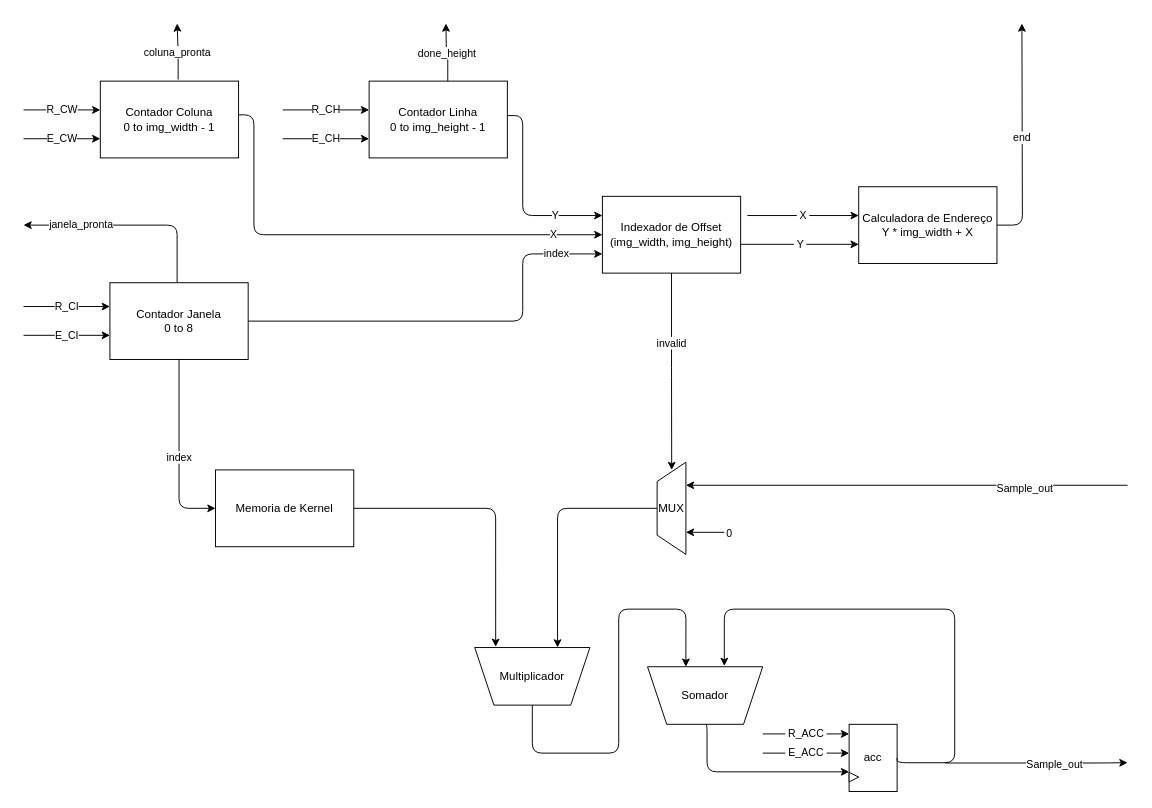
This is diagrams/datapath.drawio from matheushpmoreira/convolution_module, a draw.io file, before an edit. Source tidied: cells renumbered, new cells numbered last; positions are measured from the earlier drawing's top-left corner, leaving out a move shared by most shapes. Both pictures are drawn from the tidied source at 96%, with x=0, y=0 at pixel (23, 23).
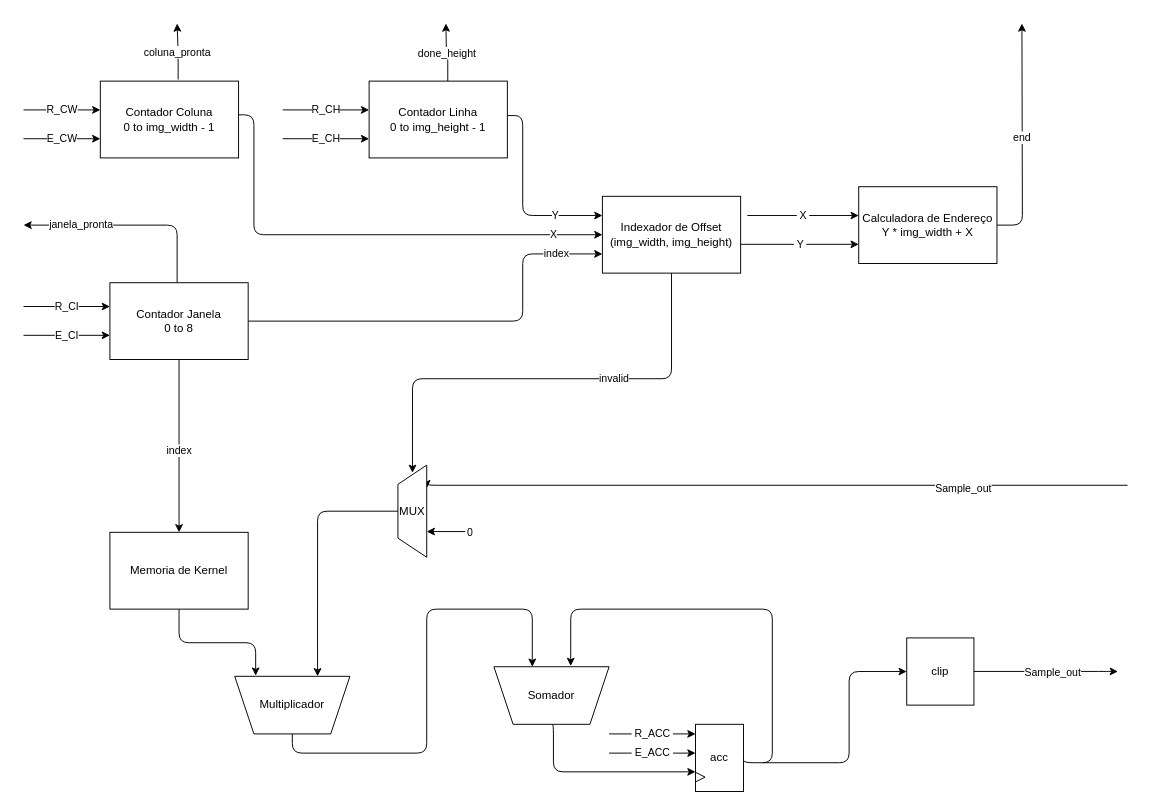
After the change.

Commit message:
adicionar modulo de clip no datapath

Unchanged cells that the change refers to:
```xml
<mxCell id="5" value="Indexador de Offset&lt;br&gt;&lt;div&gt;(img_width, img_height)&lt;/div&gt;" style="rounded=0;whiteSpace=wrap;html=1;" parent="1" vertex="1">
  <mxGeometry x="603" y="180" width="144" height="80" as="geometry" />
</mxCell>
<mxCell id="13" value="Contador Janela&lt;br&gt;&lt;div&gt;0 to 8&lt;/div&gt;" style="rounded=0;whiteSpace=wrap;html=1;" parent="1" vertex="1">
  <mxGeometry x="90" y="270" width="144" height="80" as="geometry" />
</mxCell>
<mxCell id="19" value="acc" style="rounded=0;whiteSpace=wrap;html=1;" parent="18" vertex="1">
  <mxGeometry width="50" height="70" as="geometry" />
</mxCell>
```

Diff of the diagram source:
```diff
@@
     <mxCell id="4" value="invalid" style="edgeStyle=orthogonalEdgeStyle;html=1;entryX=0.916;entryY=0.506;entryDx=0;entryDy=0;entryPerimeter=0;" parent="1" edge="1" source="5" target="42">
-      <mxGeometry x="-0.29" relative="1" as="geometry" />
+      <mxGeometry x="-0.29" relative="1" as="geometry">
+        <Array as="points">
+          <mxPoint x="675" y="370" />
+          <mxPoint x="405" y="370" />
+        </Array>
+      </mxGeometry>
     </mxCell>
@@
-    <mxCell id="11" value="index" style="edgeStyle=orthogonalEdgeStyle;html=1;entryX=0;entryY=0.5;entryDx=0;entryDy=0;" parent="1" edge="1" source="13" target="22">
-      <mxGeometry x="0.06" relative="1" as="geometry">
-        <Array as="points">
-          <mxPoint x="162" y="505" />
-        </Array>
-      </mxGeometry>
+    <mxCell id="11" value="index" style="edgeStyle=orthogonalEdgeStyle;html=1;entryX=0.5;entryY=0;entryDx=0;entryDy=0;" parent="1" edge="1" source="13" target="22">
+      <mxGeometry x="0.06" relative="1" as="geometry" />
     </mxCell>
@@
     <mxCell id="18" style="group;" parent="1" vertex="1">
-      <mxGeometry x="860" y="730" width="50" height="70" as="geometry" />
+      <mxGeometry x="700" y="730" width="50" height="70" as="geometry" />
     </mxCell>
@@
     <mxCell id="22" value="Memoria de Kernel" style="rounded=0;whiteSpace=wrap;html=1;" parent="1" vertex="1">
-      <mxGeometry x="200" y="465" width="144" height="80" as="geometry" />
+      <mxGeometry x="90" y="530" width="144" height="80" as="geometry" />
     </mxCell>
     <mxCell id="23" value="Multiplicador" style="shape=trapezoid;perimeter=trapezoidPerimeter;whiteSpace=wrap;html=1;fixedSize=1;direction=west;" parent="1" vertex="1">
-      <mxGeometry x="470" y="650" width="120" height="60" as="geometry" />
+      <mxGeometry x="220" y="680" width="120" height="60" as="geometry" />
     </mxCell>
     <mxCell id="24" style="edgeStyle=orthogonalEdgeStyle;html=1;entryX=-0.039;entryY=0.564;entryDx=0;entryDy=0;entryPerimeter=0;exitX=0.5;exitY=0;exitDx=0;exitDy=0;" parent="1" edge="1" source="25">
       <mxGeometry relative="1" as="geometry">
-        <mxPoint x="860" y="779.5" as="targetPoint" />
+        <mxPoint x="700" y="779.5" as="targetPoint" />
         <Array as="points">
-          <mxPoint x="712" y="730" />
-          <mxPoint x="712" y="780" />
+          <mxPoint x="552" y="730" />
+          <mxPoint x="552" y="780" />
         </Array>
       </mxGeometry>
     </mxCell>
     <mxCell id="25" value="Somador" style="shape=trapezoid;perimeter=trapezoidPerimeter;whiteSpace=wrap;html=1;fixedSize=1;direction=west;" parent="1" vertex="1">
-      <mxGeometry x="650" y="670" width="120" height="60" as="geometry" />
+      <mxGeometry x="490" y="670" width="120" height="60" as="geometry" />
     </mxCell>
@@
     <mxCell id="28" style="edgeStyle=orthogonalEdgeStyle;html=1;entryX=0.193;entryY=1.013;entryDx=0;entryDy=0;entryPerimeter=0;exitX=1;exitY=0.5;exitDx=0;exitDy=0;" parent="1" edge="1" source="19">
       <mxGeometry relative="1" as="geometry">
-        <mxPoint x="730" y="669.2" as="targetPoint" />
+        <mxPoint x="570" y="669.2" as="targetPoint" />
         <Array as="points">
-          <mxPoint x="910" y="770" />
-          <mxPoint x="970" y="770" />
-          <mxPoint x="970" y="610" />
-          <mxPoint x="730" y="610" />
+          <mxPoint x="750" y="770" />
+          <mxPoint x="780" y="770" />
+          <mxPoint x="780" y="610" />
+          <mxPoint x="570" y="610" />
         </Array>
       </mxGeometry>
     </mxCell>
     <mxCell id="29" style="endArrow=classic;html=1;edgeStyle=orthogonalEdgeStyle;" parent="1" edge="1">
       <mxGeometry relative="1" as="geometry">
-        <mxPoint x="960" y="770.3" as="sourcePoint" />
-        <mxPoint x="1150" y="770" as="targetPoint" />
+        <mxPoint x="970" y="674.9" as="sourcePoint" />
+        <mxPoint x="1140" y="675" as="targetPoint" />
         <Array as="points">
-          <mxPoint x="1120" y="770" />
-          <mxPoint x="1120" y="770" />
+          <mxPoint x="1130" y="674.6" />
+          <mxPoint x="1130" y="674.6" />
         </Array>
       </mxGeometry>
     </mxCell>
@@
     <mxCell id="31" style="edgeStyle=orthogonalEdgeStyle;html=1;entryX=0.667;entryY=1;entryDx=0;entryDy=0;entryPerimeter=0;" parent="1" edge="1" source="23" target="25">
       <mxGeometry relative="1" as="geometry">
         <Array as="points">
-          <mxPoint x="530" y="760" />
-          <mxPoint x="620" y="760" />
-          <mxPoint x="620" y="610" />
-          <mxPoint x="690" y="610" />
+          <mxPoint x="280" y="760" />
+          <mxPoint x="420" y="760" />
+          <mxPoint x="420" y="610" />
+          <mxPoint x="530" y="610" />
         </Array>
       </mxGeometry>
     </mxCell>
@@
     <mxCell id="38" value="&amp;nbsp;R_ACC&amp;nbsp;" style="endArrow=classic;html=1;" parent="1" edge="1">
       <mxGeometry relative="1" as="geometry">
-        <mxPoint x="770" y="740" as="sourcePoint" />
-        <mxPoint x="860" y="740" as="targetPoint" />
+        <mxPoint x="610" y="740" as="sourcePoint" />
+        <mxPoint x="700" y="740" as="targetPoint" />
       </mxGeometry>
     </mxCell>
     <mxCell id="39" value="&amp;nbsp;E_ACC&amp;nbsp;" style="endArrow=classic;html=1;" parent="1" edge="1">
       <mxGeometry relative="1" as="geometry">
-        <mxPoint x="770" y="760" as="sourcePoint" />
-        <mxPoint x="860" y="760" as="targetPoint" />
+        <mxPoint x="610" y="760" as="sourcePoint" />
+        <mxPoint x="700" y="760" as="targetPoint" />
       </mxGeometry>
     </mxCell>
     <mxCell id="40" style="edgeStyle=none;html=1;" parent="1" edge="1">
       <mxGeometry relative="1" as="geometry">
-        <mxPoint x="730" y="530" as="sourcePoint" />
-        <mxPoint x="690" y="530" as="targetPoint" />
+        <mxPoint x="460" y="529.2" as="sourcePoint" />
+        <mxPoint x="420" y="529.2" as="targetPoint" />
         <Array as="points">
-          <mxPoint x="690" y="530" />
+          <mxPoint x="420" y="529.2" />
         </Array>
       </mxGeometry>
     </mxCell>
@@
     <mxCell id="42" value="MUX" style="shape=trapezoid;perimeter=trapezoidPerimeter;whiteSpace=wrap;html=1;fixedSize=1;direction=north;" parent="1" vertex="1">
-      <mxGeometry x="660" y="457" width="30" height="96" as="geometry" />
+      <mxGeometry x="390" y="460" width="30" height="96" as="geometry" />
     </mxCell>
@@
+    <mxCell id="44" style="group;" parent="1" vertex="1">
+      <mxGeometry x="920" y="640" width="70" height="70" as="geometry" />
+    </mxCell>
+    <mxCell id="45" value="clip" style="rounded=0;whiteSpace=wrap;html=1;" parent="44" vertex="1">
+      <mxGeometry width="70" height="70" as="geometry" />
+    </mxCell>
+    <mxCell id="46" style="edgeStyle=orthogonalEdgeStyle;html=1;" parent="1" edge="1" target="45">
+      <mxGeometry relative="1" as="geometry">
+        <mxPoint x="770" y="770" as="sourcePoint" />
+        <Array as="points">
+          <mxPoint x="860" y="770" />
+          <mxPoint x="860" y="675" />
+        </Array>
+      </mxGeometry>
+    </mxCell>
```
